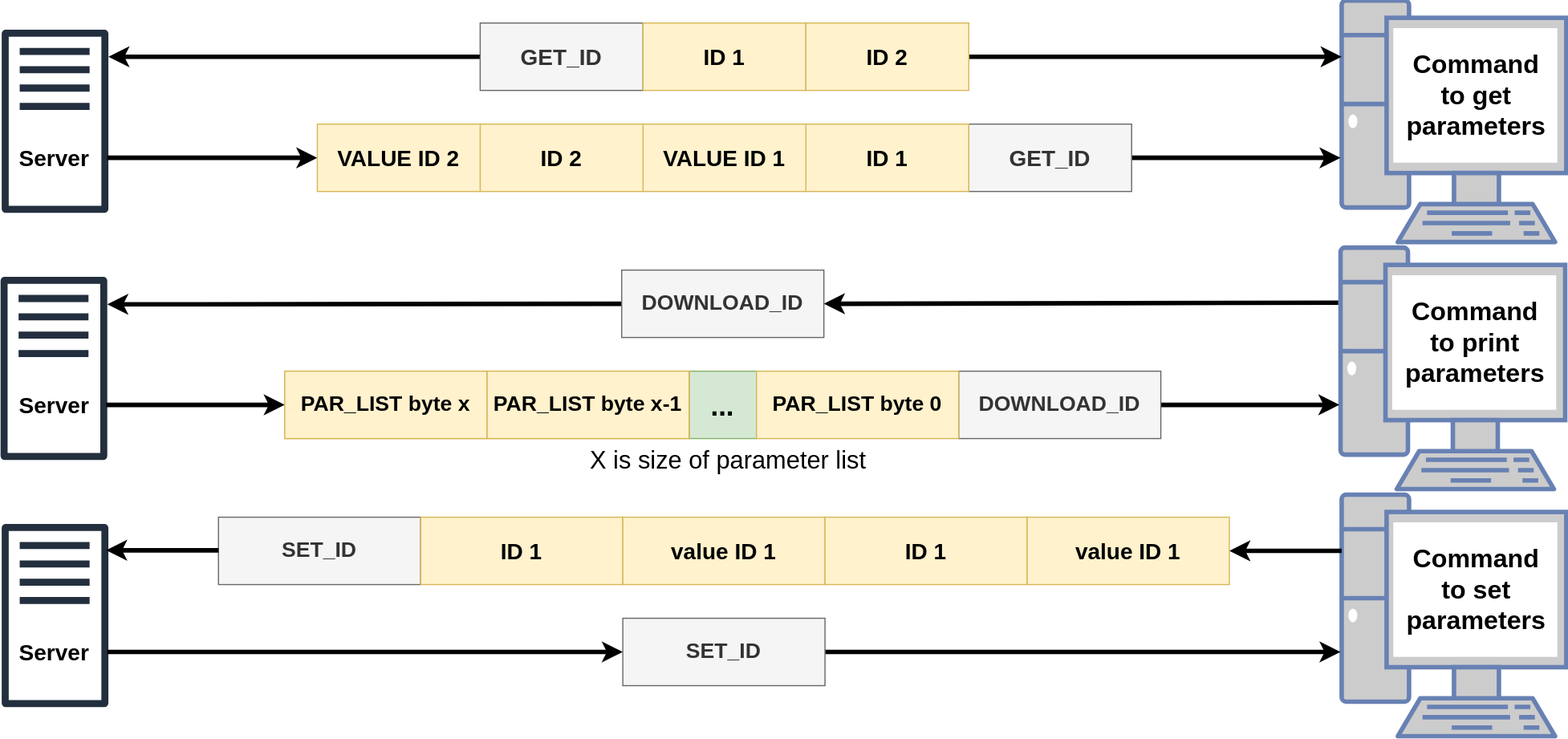
MattiasV/thesis keeps this draw.io diagram as Overzicht client server.svg. Above is the earlier version. Source tidied: cells renumbered, new cells last; positions are measured from the earlier drawing's top-left corner, leaving out a move shared by most shapes. Source of this version:
```xml
<mxGraphModel>
  <root>
    <mxCell id="0" />
    <mxCell id="1" parent="0" />
    <mxCell id="2" style="fontColor=#0066CC;verticalAlign=top;verticalLabelPosition=bottom;labelPosition=center;align=center;html=1;fillColor=#CCCCCC;strokeColor=#6881B3;gradientColor=none;gradientDirection=north;strokeWidth=2;shape=mxgraph.networks.pc;" parent="1" vertex="1">
      <mxGeometry x="1194" width="200" height="215" as="geometry" />
    </mxCell>
    <mxCell id="3" value="&lt;b&gt;&lt;font style=&quot;font-size: 23px&quot;&gt;Command to get parameters&lt;/font&gt;&lt;/b&gt;" style="text;html=1;strokeColor=none;fillColor=none;align=center;verticalAlign=middle;whiteSpace=wrap;rounded=0;" parent="1" vertex="1">
      <mxGeometry x="1244" y="30" width="140" height="110" as="geometry" />
    </mxCell>
    <mxCell id="4" style="group;" parent="1" vertex="1">
      <mxGeometry x="1" y="25.2" width="95" height="164.7" as="geometry" />
    </mxCell>
    <mxCell id="5" style="fontColor=#232F3E;gradientColor=none;fillColor=#232F3E;strokeColor=none;dashed=0;verticalLabelPosition=bottom;verticalAlign=top;align=center;html=1;fontSize=12;fontStyle=0;shape=mxgraph.aws4.traditional_server;" parent="4" vertex="1">
      <mxGeometry width="95" height="164.7" as="geometry" />
    </mxCell>
    <mxCell id="6" value="&lt;b&gt;&lt;font style=&quot;font-size: 20px&quot;&gt;Server&lt;/font&gt;&lt;/b&gt;" style="text;html=1;strokeColor=none;fillColor=none;align=center;verticalAlign=middle;whiteSpace=wrap;rounded=0;" parent="4" vertex="1">
      <mxGeometry x="27.5" y="104.8" width="40" height="20" as="geometry" />
    </mxCell>
    <mxCell id="7" style="endArrow=classic;html=1;strokeWidth=4;rounded=1;exitX=1;exitY=0.5;exitDx=0;exitDy=0;" parent="1" edge="1" source="12">
      <mxGeometry relative="1" as="geometry">
        <mxPoint x="1193" y="140" as="targetPoint" />
      </mxGeometry>
    </mxCell>
    <mxCell id="8" style="endArrow=classic;html=1;strokeWidth=4;rounded=1;exitX=1;exitY=0.5;exitDx=0;exitDy=0;entryX=0;entryY=0.5;entryDx=0;entryDy=0;" parent="1" edge="1" target="17">
      <mxGeometry relative="1" as="geometry">
        <mxPoint x="95" y="140" as="sourcePoint" />
        <Array as="points">
          <mxPoint x="175" y="140" />
        </Array>
      </mxGeometry>
    </mxCell>
    <mxCell id="9" style="endArrow=classic;html=1;strokeWidth=4;rounded=1;exitX=0;exitY=0.5;exitDx=0;exitDy=0;" parent="1" edge="1" source="14">
      <mxGeometry relative="1" as="geometry">
        <mxPoint x="96" y="50" as="targetPoint" />
        <Array as="points">
          <mxPoint x="224" y="50" />
          <mxPoint x="176" y="50" />
        </Array>
      </mxGeometry>
    </mxCell>
    <mxCell id="10" style="endArrow=classic;html=1;strokeWidth=4;rounded=1;" parent="1" edge="1" source="19">
      <mxGeometry relative="1" as="geometry">
        <mxPoint x="1194" y="50" as="targetPoint" />
        <Array as="points">
          <mxPoint x="1115" y="50" />
        </Array>
      </mxGeometry>
    </mxCell>
    <mxCell id="11" style="group;" parent="1" vertex="1">
      <mxGeometry x="717" y="110" width="290" height="60" as="geometry" />
    </mxCell>
    <mxCell id="12" value="&lt;b&gt;&lt;font style=&quot;font-size: 20px&quot;&gt;GET_ID&lt;/font&gt;&lt;/b&gt;" style="rounded=0;whiteSpace=wrap;html=1;fillColor=#f5f5f5;strokeColor=#666666;fontColor=#333333;" parent="11" vertex="1">
      <mxGeometry x="145" width="145" height="60" as="geometry" />
    </mxCell>
    <mxCell id="13" value="&lt;b&gt;&lt;font style=&quot;font-size: 20px&quot;&gt;ID 1&lt;/font&gt;&lt;/b&gt;" style="rounded=0;whiteSpace=wrap;html=1;fillColor=#fff2cc;strokeColor=#d6b656;" parent="11" vertex="1">
      <mxGeometry width="145" height="60" as="geometry" />
    </mxCell>
    <mxCell id="14" value="&lt;b&gt;&lt;font style=&quot;font-size: 20px&quot;&gt;GET_ID&lt;/font&gt;&lt;/b&gt;" style="rounded=0;whiteSpace=wrap;html=1;fillColor=#f5f5f5;strokeColor=#666666;fontColor=#333333;" parent="1" vertex="1">
      <mxGeometry x="427" y="20" width="145" height="60" as="geometry" />
    </mxCell>
    <mxCell id="15" value="&lt;b&gt;&lt;font style=&quot;font-size: 20px&quot;&gt;VALUE ID 1&lt;/font&gt;&lt;/b&gt;" style="rounded=0;whiteSpace=wrap;html=1;fillColor=#fff2cc;strokeColor=#d6b656;" parent="1" vertex="1">
      <mxGeometry x="572" y="110" width="145" height="60" as="geometry" />
    </mxCell>
    <mxCell id="16" value="&lt;b&gt;&lt;font style=&quot;font-size: 20px&quot;&gt;ID 2&lt;/font&gt;&lt;/b&gt;" style="rounded=0;whiteSpace=wrap;html=1;fillColor=#fff2cc;strokeColor=#d6b656;" parent="1" vertex="1">
      <mxGeometry x="427" y="110" width="145" height="60" as="geometry" />
    </mxCell>
    <mxCell id="17" value="&lt;b&gt;&lt;font style=&quot;font-size: 20px&quot;&gt;VALUE ID 2&lt;/font&gt;&lt;/b&gt;" style="rounded=0;whiteSpace=wrap;html=1;fillColor=#fff2cc;strokeColor=#d6b656;" parent="1" vertex="1">
      <mxGeometry x="282" y="110" width="145" height="60" as="geometry" />
    </mxCell>
    <mxCell id="18" value="&lt;b&gt;&lt;font style=&quot;font-size: 20px&quot;&gt;ID 1&lt;/font&gt;&lt;/b&gt;" style="rounded=0;whiteSpace=wrap;html=1;fillColor=#fff2cc;strokeColor=#d6b656;" parent="1" vertex="1">
      <mxGeometry x="572" y="20" width="145" height="60" as="geometry" />
    </mxCell>
    <mxCell id="19" value="&lt;b&gt;&lt;font style=&quot;font-size: 20px&quot;&gt;ID 2&lt;/font&gt;&lt;/b&gt;" style="rounded=0;whiteSpace=wrap;html=1;fillColor=#fff2cc;strokeColor=#d6b656;" parent="1" vertex="1">
      <mxGeometry x="717" y="20" width="145" height="60" as="geometry" />
    </mxCell>
    <mxCell id="20" style="group;" parent="1" vertex="1">
      <mxGeometry x="1193" y="220" width="200" height="215" as="geometry" />
    </mxCell>
    <mxCell id="21" style="fontColor=#0066CC;verticalAlign=top;verticalLabelPosition=bottom;labelPosition=center;align=center;html=1;fillColor=#CCCCCC;strokeColor=#6881B3;gradientColor=none;gradientDirection=north;strokeWidth=2;shape=mxgraph.networks.pc;" parent="20" vertex="1">
      <mxGeometry width="200" height="215" as="geometry" />
    </mxCell>
    <mxCell id="22" value="&lt;b&gt;&lt;font style=&quot;font-size: 23px&quot;&gt;Command to print parameters&lt;/font&gt;&lt;/b&gt;" style="text;html=1;strokeColor=none;fillColor=none;align=center;verticalAlign=middle;whiteSpace=wrap;rounded=0;" parent="20" vertex="1">
      <mxGeometry x="50" y="30" width="140" height="110" as="geometry" />
    </mxCell>
    <mxCell id="23" style="group;" parent="1" vertex="1">
      <mxGeometry y="245.2" width="95" height="164.7" as="geometry" />
    </mxCell>
    <mxCell id="24" style="fontColor=#232F3E;gradientColor=none;fillColor=#232F3E;strokeColor=none;dashed=0;verticalLabelPosition=bottom;verticalAlign=top;align=center;html=1;fontSize=12;fontStyle=0;shape=mxgraph.aws4.traditional_server;" parent="23" vertex="1">
      <mxGeometry width="95" height="164.7" as="geometry" />
    </mxCell>
    <mxCell id="25" value="&lt;b&gt;&lt;font style=&quot;font-size: 20px&quot;&gt;Server&lt;/font&gt;&lt;/b&gt;" style="text;html=1;strokeColor=none;fillColor=none;align=center;verticalAlign=middle;whiteSpace=wrap;rounded=0;" parent="23" vertex="1">
      <mxGeometry x="27.5" y="104.8" width="40" height="20" as="geometry" />
    </mxCell>
    <mxCell id="26" style="endArrow=classic;html=1;strokeWidth=4;rounded=1;entryX=1;entryY=0.5;entryDx=0;entryDy=0;" parent="1" edge="1" target="37">
      <mxGeometry relative="1" as="geometry">
        <mxPoint x="1191" y="269" as="sourcePoint" />
      </mxGeometry>
    </mxCell>
    <mxCell id="27" style="endArrow=classic;html=1;strokeWidth=4;rounded=1;exitX=0;exitY=0.5;exitDx=0;exitDy=0;" parent="1" edge="1" source="37">
      <mxGeometry relative="1" as="geometry">
        <mxPoint x="95" y="270.5" as="targetPoint" />
      </mxGeometry>
    </mxCell>
    <mxCell id="28" style="endArrow=classic;html=1;strokeWidth=4;rounded=1;exitX=1;exitY=0.5;exitDx=0;exitDy=0;" parent="1" edge="1" source="32">
      <mxGeometry relative="1" as="geometry">
        <mxPoint x="1192" y="360" as="targetPoint" />
      </mxGeometry>
    </mxCell>
    <mxCell id="29" value="&lt;b&gt;&lt;font style=&quot;font-size: 25px&quot;&gt;...&lt;/font&gt;&lt;/b&gt;" style="rounded=0;whiteSpace=wrap;html=1;fillColor=#d5e8d4;strokeColor=#82b366;" parent="1" vertex="1">
      <mxGeometry x="613" y="330" width="60" height="60" as="geometry" />
    </mxCell>
    <mxCell id="30" style="endArrow=classic;html=1;strokeWidth=4;rounded=1;exitX=1;exitY=0.5;exitDx=0;exitDy=0;" parent="1" edge="1">
      <mxGeometry relative="1" as="geometry">
        <mxPoint x="94" y="360" as="sourcePoint" />
        <mxPoint x="253" y="360" as="targetPoint" />
        <Array as="points">
          <mxPoint x="174" y="360" />
        </Array>
      </mxGeometry>
    </mxCell>
    <mxCell id="31" style="group;" parent="1" vertex="1">
      <mxGeometry x="673" y="330" width="360" height="60" as="geometry" />
    </mxCell>
    <mxCell id="32" value="&lt;b&gt;&lt;font style=&quot;font-size: 19px&quot;&gt;DOWNLOAD_ID&lt;/font&gt;&lt;/b&gt;" style="rounded=0;whiteSpace=wrap;html=1;fillColor=#f5f5f5;strokeColor=#666666;fontColor=#333333;" parent="31" vertex="1">
      <mxGeometry x="180" width="180" height="60" as="geometry" />
    </mxCell>
    <mxCell id="33" value="&lt;b&gt;&lt;font style=&quot;font-size: 19px&quot;&gt;PAR_LIST byte 0&lt;/font&gt;&lt;/b&gt;" style="rounded=0;whiteSpace=wrap;html=1;fillColor=#fff2cc;strokeColor=#d6b656;" parent="31" vertex="1">
      <mxGeometry width="180" height="60" as="geometry" />
    </mxCell>
    <mxCell id="34" style="group;fillColor=#fff2cc;strokeColor=#d6b656;" parent="1" vertex="1">
      <mxGeometry x="253" y="330" width="360" height="60" as="geometry" />
    </mxCell>
    <mxCell id="35" value="&lt;b&gt;&lt;font style=&quot;font-size: 19px&quot;&gt;PAR_LIST byte x-1&lt;/font&gt;&lt;/b&gt;" style="rounded=0;whiteSpace=wrap;html=1;fillColor=#fff2cc;strokeColor=#d6b656;" parent="34" vertex="1">
      <mxGeometry x="180" width="180" height="60" as="geometry" />
    </mxCell>
    <mxCell id="36" value="&lt;b&gt;&lt;font style=&quot;font-size: 19px&quot;&gt;PAR_LIST byte x&lt;/font&gt;&lt;/b&gt;" style="rounded=0;whiteSpace=wrap;html=1;fillColor=#fff2cc;strokeColor=#d6b656;" parent="34" vertex="1">
      <mxGeometry width="180" height="60" as="geometry" />
    </mxCell>
    <mxCell id="37" value="&lt;b&gt;&lt;font style=&quot;font-size: 19px&quot;&gt;DOWNLOAD_ID&lt;/font&gt;&lt;/b&gt;" style="rounded=0;whiteSpace=wrap;html=1;fillColor=#f5f5f5;strokeColor=#666666;fontColor=#333333;" parent="1" vertex="1">
      <mxGeometry x="553" y="240" width="180" height="60" as="geometry" />
    </mxCell>
    <mxCell id="38" value="&lt;font style=&quot;font-size: 22px&quot;&gt;X is size of parameter list&lt;/font&gt;" style="text;html=1;strokeColor=none;fillColor=none;align=center;verticalAlign=middle;whiteSpace=wrap;rounded=0;" parent="1" vertex="1">
      <mxGeometry x="523" y="400" width="250" height="20" as="geometry" />
    </mxCell>
    <mxCell id="39" style="group;" parent="1" vertex="1">
      <mxGeometry x="1194" y="440" width="200" height="215" as="geometry" />
    </mxCell>
    <mxCell id="40" style="fontColor=#0066CC;verticalAlign=top;verticalLabelPosition=bottom;labelPosition=center;align=center;html=1;fillColor=#CCCCCC;strokeColor=#6881B3;gradientColor=none;gradientDirection=north;strokeWidth=2;shape=mxgraph.networks.pc;" parent="39" vertex="1">
      <mxGeometry width="200" height="215" as="geometry" />
    </mxCell>
    <mxCell id="41" value="&lt;b&gt;&lt;font style=&quot;font-size: 23px&quot;&gt;Command to set parameters&lt;/font&gt;&lt;/b&gt;" style="text;html=1;strokeColor=none;fillColor=none;align=center;verticalAlign=middle;whiteSpace=wrap;rounded=0;" parent="39" vertex="1">
      <mxGeometry x="50" y="30" width="140" height="110" as="geometry" />
    </mxCell>
    <mxCell id="42" style="group;" parent="1" vertex="1">
      <mxGeometry x="1" y="465.2" width="95" height="164.7" as="geometry" />
    </mxCell>
    <mxCell id="43" style="fontColor=#232F3E;gradientColor=none;fillColor=#232F3E;strokeColor=none;dashed=0;verticalLabelPosition=bottom;verticalAlign=top;align=center;html=1;fontSize=12;fontStyle=0;shape=mxgraph.aws4.traditional_server;" parent="42" vertex="1">
      <mxGeometry width="95" height="164.7" as="geometry" />
    </mxCell>
    <mxCell id="44" value="&lt;b&gt;&lt;font style=&quot;font-size: 20px&quot;&gt;Server&lt;/font&gt;&lt;/b&gt;" style="text;html=1;strokeColor=none;fillColor=none;align=center;verticalAlign=middle;whiteSpace=wrap;rounded=0;" parent="42" vertex="1">
      <mxGeometry x="27.5" y="104.8" width="40" height="20" as="geometry" />
    </mxCell>
    <mxCell id="45" style="endArrow=classic;html=1;strokeWidth=4;rounded=1;" parent="1" edge="1" source="47">
      <mxGeometry relative="1" as="geometry">
        <mxPoint x="1193" y="580" as="targetPoint" />
      </mxGeometry>
    </mxCell>
    <mxCell id="46" style="endArrow=classic;html=1;strokeWidth=4;rounded=1;exitX=1;exitY=0.5;exitDx=0;exitDy=0;entryX=0;entryY=0.5;entryDx=0;entryDy=0;" parent="1" edge="1" target="47">
      <mxGeometry relative="1" as="geometry">
        <mxPoint x="95" y="580" as="sourcePoint" />
        <Array as="points">
          <mxPoint x="175" y="580" />
        </Array>
      </mxGeometry>
    </mxCell>
    <mxCell id="47" value="&lt;b&gt;&lt;font style=&quot;font-size: 19px&quot;&gt;SET_ID&lt;/font&gt;&lt;/b&gt;" style="rounded=0;whiteSpace=wrap;html=1;fillColor=#f5f5f5;strokeColor=#666666;fontColor=#333333;" parent="1" vertex="1">
      <mxGeometry x="554" y="550" width="180" height="60" as="geometry" />
    </mxCell>
    <mxCell id="48" style="endArrow=classic;html=1;strokeWidth=4;rounded=1;exitX=1;exitY=0.5;exitDx=0;exitDy=0;entryX=1;entryY=0.5;entryDx=0;entryDy=0;" parent="1" edge="1" target="53">
      <mxGeometry relative="1" as="geometry">
        <mxPoint x="1194" y="490" as="sourcePoint" />
        <Array as="points">
          <mxPoint x="1115" y="490" />
        </Array>
      </mxGeometry>
    </mxCell>
    <mxCell id="49" value="&lt;b&gt;&lt;font style=&quot;font-size: 19px&quot;&gt;SET_ID&lt;/font&gt;&lt;/b&gt;" style="rounded=0;whiteSpace=wrap;html=1;fillColor=#f5f5f5;strokeColor=#666666;fontColor=#333333;" parent="1" vertex="1">
      <mxGeometry x="194" y="460" width="180" height="60" as="geometry" />
    </mxCell>
    <mxCell id="50" value="&lt;b&gt;&lt;font style=&quot;font-size: 20px&quot;&gt;ID 1&lt;/font&gt;&lt;/b&gt;" style="rounded=0;whiteSpace=wrap;html=1;fillColor=#fff2cc;strokeColor=#d6b656;" parent="1" vertex="1">
      <mxGeometry x="374" y="460" width="180" height="60" as="geometry" />
    </mxCell>
    <mxCell id="51" value="&lt;b&gt;&lt;font style=&quot;font-size: 20px&quot;&gt;value ID 1&lt;/font&gt;&lt;/b&gt;" style="rounded=0;whiteSpace=wrap;html=1;fillColor=#fff2cc;strokeColor=#d6b656;" parent="1" vertex="1">
      <mxGeometry x="554" y="460" width="180" height="60" as="geometry" />
    </mxCell>
    <mxCell id="52" value="&lt;b&gt;&lt;font style=&quot;font-size: 20px&quot;&gt;ID 1&lt;/font&gt;&lt;/b&gt;" style="rounded=0;whiteSpace=wrap;html=1;fillColor=#fff2cc;strokeColor=#d6b656;" parent="1" vertex="1">
      <mxGeometry x="734" y="460" width="180" height="60" as="geometry" />
    </mxCell>
    <mxCell id="53" value="&lt;b&gt;&lt;font style=&quot;font-size: 20px&quot;&gt;value ID 1&lt;/font&gt;&lt;/b&gt;" style="rounded=0;whiteSpace=wrap;html=1;fillColor=#fff2cc;strokeColor=#d6b656;" parent="1" vertex="1">
      <mxGeometry x="914" y="460" width="180" height="60" as="geometry" />
    </mxCell>
    <mxCell id="54" style="endArrow=classic;html=1;strokeWidth=4;rounded=1;exitX=1;exitY=0.5;exitDx=0;exitDy=0;entryX=1;entryY=0.5;entryDx=0;entryDy=0;" parent="1" edge="1">
      <mxGeometry relative="1" as="geometry">
        <mxPoint x="194" y="489.5" as="sourcePoint" />
        <mxPoint x="94" y="489.5" as="targetPoint" />
        <Array as="points">
          <mxPoint x="144" y="489.5" />
          <mxPoint x="115" y="489.5" />
        </Array>
      </mxGeometry>
    </mxCell>
  </root>
</mxGraphModel>
```
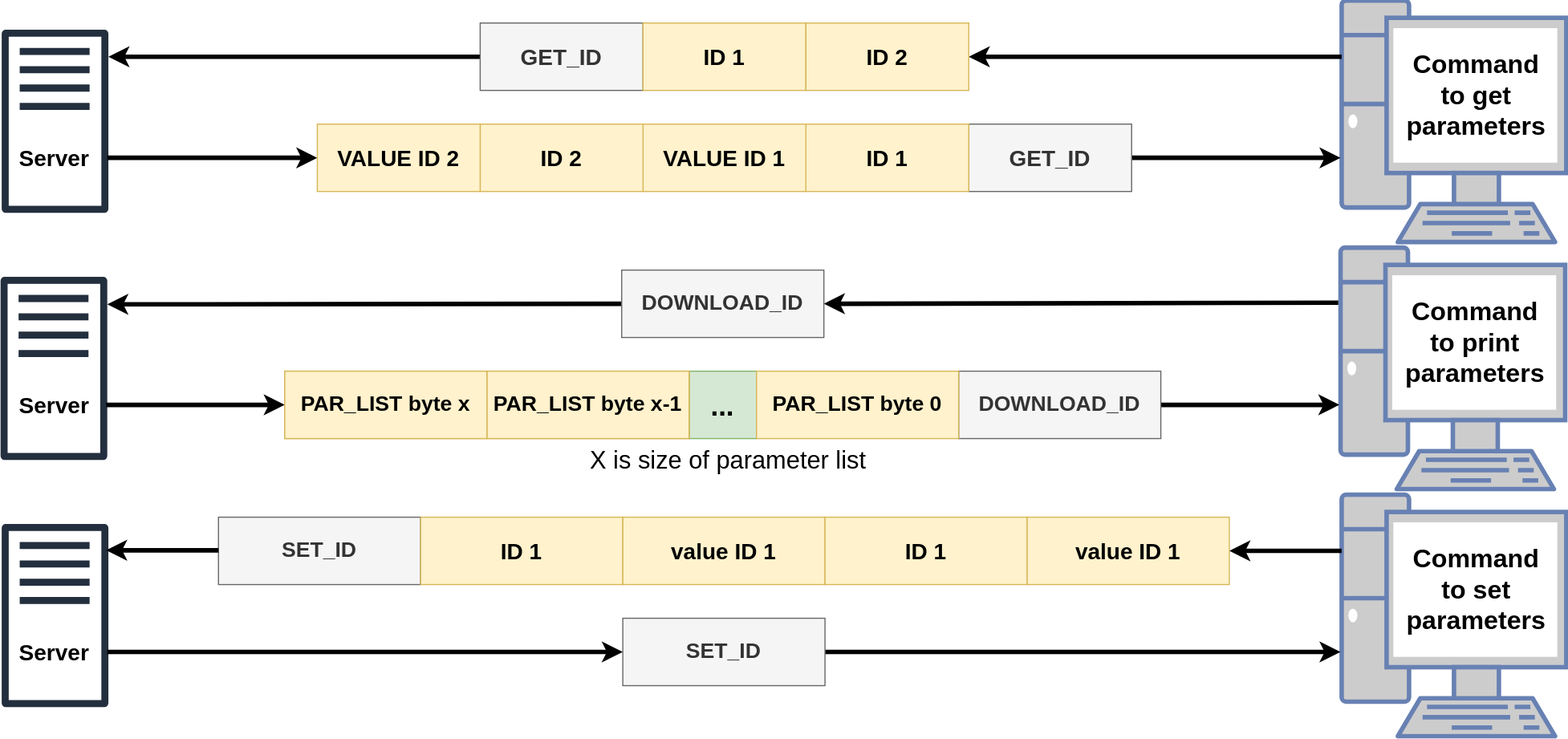
After the change.

Diff of the diagram source:
```diff
@@ -39,9 +39,9 @@
         </Array>
       </mxGeometry>
     </mxCell>
-    <mxCell id="10" style="endArrow=classic;html=1;strokeWidth=4;rounded=1;" parent="1" edge="1" source="19">
+    <mxCell id="10" style="endArrow=classic;html=1;strokeWidth=4;rounded=1;" parent="1" edge="1" target="19">
       <mxGeometry relative="1" as="geometry">
-        <mxPoint x="1194" y="50" as="targetPoint" />
+        <mxPoint x="1194" y="50" as="sourcePoint" />
         <Array as="points">
           <mxPoint x="1115" y="50" />
         </Array>
```
